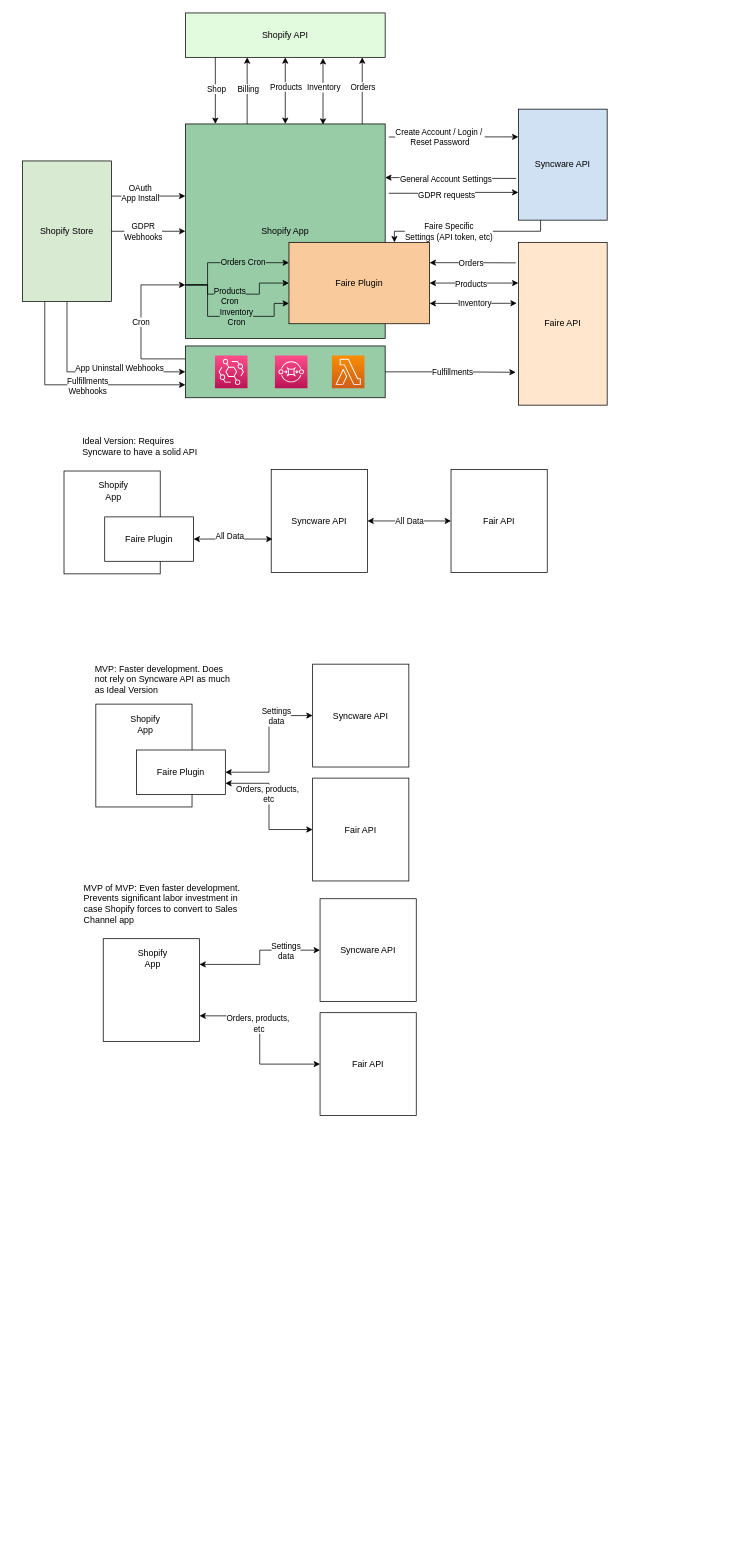
This is Syncware/ShopifyAppContextualDiagram.dio from alexrsunrise/diagrams, a draw.io file, before an edit. Source tidied: cells renumbered, new cells numbered last; positions are measured from the earlier drawing's top-left corner, leaving out a move shared by most shapes. Both pictures are drawn from the tidied source at 74%, with x=0, y=0 at pixel (22, 13).
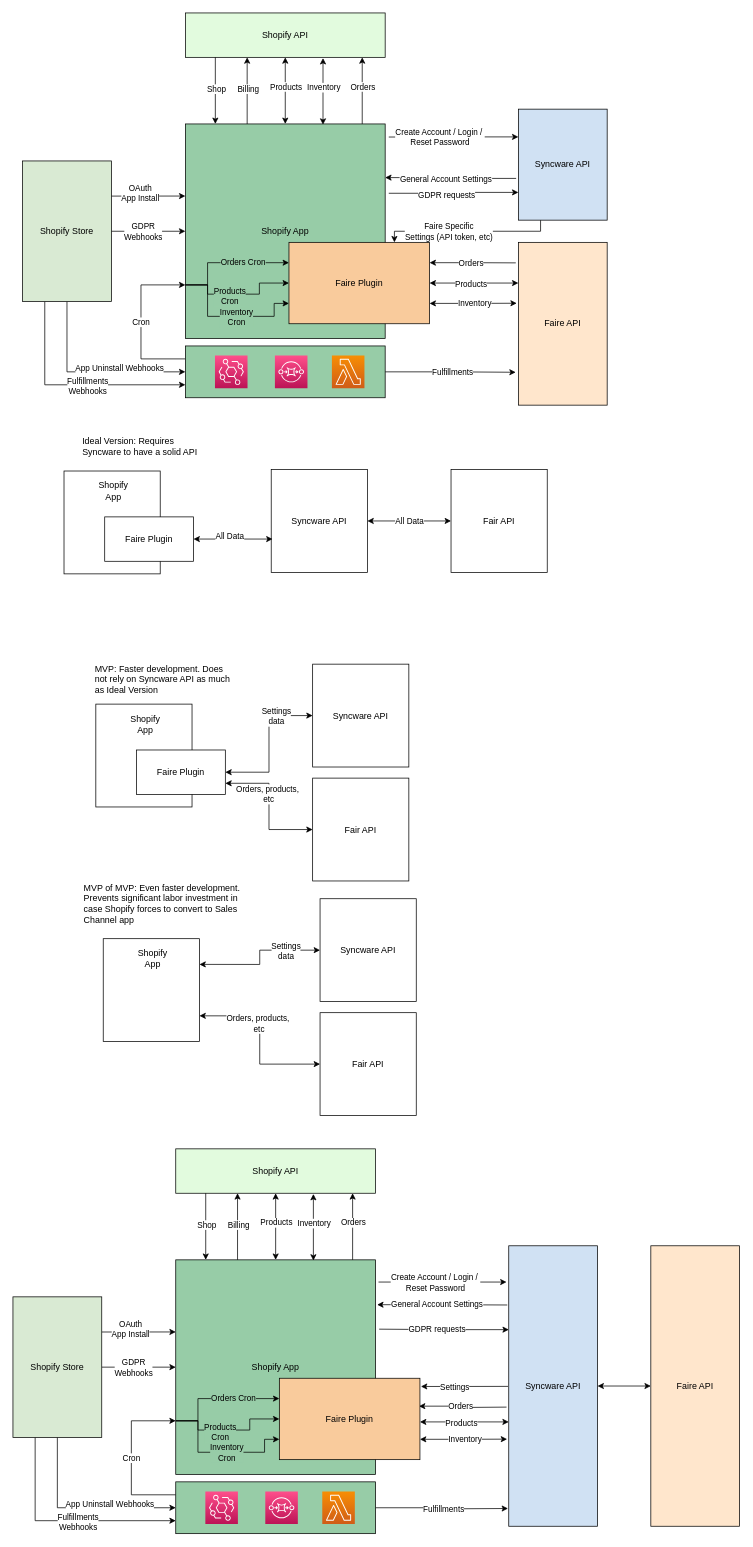
After the change.

Change to the diagram source:
```diff
@@
+    <mxCell id="82" style="edgeStyle=none;html=1;exitX=1;exitY=0.25;exitDx=0;exitDy=0;entryX=0;entryY=0.336;entryDx=0;entryDy=0;entryPerimeter=0;" parent="1" edge="1" source="90" target="93">
+      <mxGeometry relative="1" as="geometry" />
+    </mxCell>
+    <mxCell id="83" value="OAuth&lt;br&gt;App Install" style="edgeLabel;html=1;align=center;verticalAlign=middle;" parent="82" vertex="1">
+      <mxGeometry x="-0.23" y="4" relative="1" as="geometry" />
+    </mxCell>
+    <mxCell id="84" style="edgeStyle=none;html=1;exitX=1;exitY=0.5;exitDx=0;exitDy=0;entryX=0;entryY=0.5;entryDx=0;entryDy=0;" parent="1" edge="1" source="90" target="93">
+      <mxGeometry relative="1" as="geometry" />
+    </mxCell>
+    <mxCell id="85" value="GDPR &lt;br&gt;Webhooks" style="edgeLabel;html=1;align=center;verticalAlign=middle;" parent="84" vertex="1">
+      <mxGeometry x="-0.17" relative="1" as="geometry" />
+    </mxCell>
+    <mxCell id="86" style="edgeStyle=orthogonalEdgeStyle;html=1;entryX=0;entryY=0.5;entryDx=0;entryDy=0;exitX=0.5;exitY=1;exitDx=0;exitDy=0;rounded=0;" parent="1" edge="1" source="90" target="123">
+      <mxGeometry relative="1" as="geometry" />
+    </mxCell>
+    <mxCell id="87" value="App Uninstall Webhooks" style="edgeLabel;html=1;align=center;verticalAlign=middle;" parent="86" vertex="1">
+      <mxGeometry x="0.14" y="1" relative="1" as="geometry">
+        <mxPoint x="20" y="-4" as="offset" />
+      </mxGeometry>
+    </mxCell>
+    <mxCell id="88" style="edgeStyle=orthogonalEdgeStyle;rounded=0;html=1;exitX=0.25;exitY=1;exitDx=0;exitDy=0;entryX=0;entryY=0.75;entryDx=0;entryDy=0;" parent="1" edge="1" source="90" target="123">
+      <mxGeometry relative="1" as="geometry" />
+    </mxCell>
+    <mxCell id="89" value="Fulfillments &lt;br&gt;Webhooks" style="edgeLabel;html=1;align=center;verticalAlign=middle;" parent="88" vertex="1">
+      <mxGeometry x="0.12" y="-2" relative="1" as="geometry">
+        <mxPoint x="1" as="offset" />
+      </mxGeometry>
+    </mxCell>
+    <mxCell id="90" value="Shopify Store" style="rounded=0;whiteSpace=wrap;html=1;fillColor=#D9EAD3;" parent="1" vertex="1">
+      <mxGeometry x="-13" y="1735" width="120" height="190" as="geometry" />
+    </mxCell>
+    <mxCell id="91" style="edgeStyle=orthogonalEdgeStyle;rounded=0;html=1;startArrow=classic;startFill=1;endArrow=none;endFill=0;targetPerimeterSpacing=0;strokeColor=default;exitX=1.008;exitY=0.209;exitDx=0;exitDy=0;exitPerimeter=0;" parent="1" edge="1" source="93">
+      <mxGeometry relative="1" as="geometry">
+        <mxPoint x="655" y="1746" as="targetPoint" />
+      </mxGeometry>
+    </mxCell>
+    <mxCell id="92" value="General Account Settings" style="edgeLabel;html=1;align=center;verticalAlign=middle;" parent="91" vertex="1">
+      <mxGeometry x="-0.09" y="-2" relative="1" as="geometry">
+        <mxPoint y="-3" as="offset" />
+      </mxGeometry>
+    </mxCell>
+    <mxCell id="93" value="Shopify App" style="rounded=0;whiteSpace=wrap;html=1;fillColor=#97CCA7;" parent="1" vertex="1">
+      <mxGeometry x="207" y="1685" width="270" height="290" as="geometry" />
+    </mxCell>
+    <mxCell id="94" style="edgeStyle=orthogonalEdgeStyle;rounded=0;html=1;exitX=0.993;exitY=0.343;exitDx=0;exitDy=0;strokeColor=default;startArrow=classic;startFill=1;endArrow=none;endFill=0;exitPerimeter=0;" parent="1" edge="1" source="108">
+      <mxGeometry relative="1" as="geometry">
+        <mxPoint x="654" y="1884" as="targetPoint" />
+      </mxGeometry>
+    </mxCell>
+    <mxCell id="95" value="Orders" style="edgeLabel;html=1;align=center;verticalAlign=middle;" parent="94" vertex="1">
+      <mxGeometry x="-0.1" relative="1" as="geometry">
+        <mxPoint x="2" as="offset" />
+      </mxGeometry>
+    </mxCell>
+    <mxCell id="96" style="edgeStyle=orthogonalEdgeStyle;rounded=0;html=1;exitX=1;exitY=0.5;exitDx=0;exitDy=0;entryX=0;entryY=0.25;entryDx=0;entryDy=0;startArrow=classic;startFill=1;endArrow=classic;endFill=1;strokeColor=default;" parent="1" edge="1">
+      <mxGeometry relative="1" as="geometry">
+        <mxPoint x="537" y="1904" as="sourcePoint" />
+        <mxPoint x="657" y="1904" as="targetPoint" />
+      </mxGeometry>
+    </mxCell>
+    <mxCell id="97" value="Products" style="edgeLabel;html=1;align=center;verticalAlign=middle;" parent="96" vertex="1">
+      <mxGeometry x="-0.08" y="-1" relative="1" as="geometry" />
+    </mxCell>
+    <mxCell id="98" style="edgeStyle=orthogonalEdgeStyle;rounded=0;html=1;exitX=1;exitY=0.75;exitDx=0;exitDy=0;entryX=-0.018;entryY=0.374;entryDx=0;entryDy=0;entryPerimeter=0;startArrow=classic;startFill=1;endArrow=classic;endFill=1;strokeColor=default;" parent="1" edge="1" source="108">
+      <mxGeometry relative="1" as="geometry">
+        <mxPoint x="654.8" y="1927.3" as="targetPoint" />
+      </mxGeometry>
+    </mxCell>
+    <mxCell id="99" value="Inventory" style="edgeLabel;html=1;align=center;verticalAlign=middle;" parent="98" vertex="1">
+      <mxGeometry x="-0.02" relative="1" as="geometry">
+        <mxPoint x="2" as="offset" />
+      </mxGeometry>
+    </mxCell>
+    <mxCell id="100" style="edgeStyle=orthogonalEdgeStyle;html=1;exitX=1.007;exitY=0.101;exitDx=0;exitDy=0;rounded=0;endArrow=none;endFill=0;startArrow=classic;startFill=1;exitPerimeter=0;" parent="1" edge="1" source="108">
+      <mxGeometry relative="1" as="geometry">
+        <mxPoint x="656" y="1856" as="targetPoint" />
+      </mxGeometry>
+    </mxCell>
+    <mxCell id="101" value="Settings" style="edgeLabel;html=1;align=center;verticalAlign=middle;" parent="100" vertex="1">
+      <mxGeometry x="-0.23" relative="1" as="geometry" />
+    </mxCell>
+    <mxCell id="102" style="edgeStyle=orthogonalEdgeStyle;rounded=0;html=1;exitX=0;exitY=0.25;exitDx=0;exitDy=0;entryX=0;entryY=0.75;entryDx=0;entryDy=0;startArrow=classic;startFill=1;endArrow=none;endFill=0;" parent="1" edge="1" source="108" target="93">
+      <mxGeometry relative="1" as="geometry">
+        <Array as="points">
+          <mxPoint x="237" y="1873" />
+          <mxPoint x="237" y="1903" />
+        </Array>
+      </mxGeometry>
+    </mxCell>
+    <mxCell id="103" value="Orders Cron" style="edgeLabel;html=1;align=center;verticalAlign=middle;labelBackgroundColor=#97CCA7;" parent="102" vertex="1">
+      <mxGeometry x="-0.26" y="-1" relative="1" as="geometry" />
+    </mxCell>
+    <mxCell id="104" style="edgeStyle=orthogonalEdgeStyle;rounded=0;html=1;exitX=0;exitY=0.5;exitDx=0;exitDy=0;entryX=0;entryY=0.75;entryDx=0;entryDy=0;startArrow=classic;startFill=1;endArrow=none;endFill=0;" parent="1" edge="1" source="108" target="93">
+      <mxGeometry relative="1" as="geometry">
+        <Array as="points">
+          <mxPoint x="307" y="1900" />
+          <mxPoint x="307" y="1915" />
+          <mxPoint x="237" y="1915" />
+          <mxPoint x="237" y="1903" />
+        </Array>
+      </mxGeometry>
+    </mxCell>
+    <mxCell id="105" value="Products &lt;br&gt;Cron" style="edgeLabel;html=1;align=center;verticalAlign=middle;labelBackgroundColor=#97CCA7;" parent="104" vertex="1">
+      <mxGeometry x="0.15" y="2" relative="1" as="geometry" />
+    </mxCell>
+    <mxCell id="106" style="edgeStyle=orthogonalEdgeStyle;rounded=0;html=1;exitX=0;exitY=0.75;exitDx=0;exitDy=0;entryX=0;entryY=0.75;entryDx=0;entryDy=0;startArrow=classic;startFill=1;endArrow=none;endFill=0;" parent="1" edge="1" source="108" target="93">
+      <mxGeometry relative="1" as="geometry">
+        <Array as="points">
+          <mxPoint x="327" y="1928" />
+          <mxPoint x="327" y="1945" />
+          <mxPoint x="237" y="1945" />
+          <mxPoint x="237" y="1903" />
+        </Array>
+      </mxGeometry>
+    </mxCell>
+    <mxCell id="107" value="Inventory&lt;br&gt;Cron" style="edgeLabel;html=1;align=center;verticalAlign=middle;labelBackgroundColor=#97CCA7;" parent="106" vertex="1">
+      <mxGeometry x="-0.11" relative="1" as="geometry" />
+    </mxCell>
+    <mxCell id="108" value="Faire Plugin" style="rounded=0;whiteSpace=wrap;html=1;fillColor=#F9CB9C;" parent="1" vertex="1">
+      <mxGeometry x="347" y="1845" width="190" height="110" as="geometry" />
+    </mxCell>
+    <mxCell id="109" style="edgeStyle=orthogonalEdgeStyle;rounded=0;html=1;exitX=0.25;exitY=1;exitDx=0;exitDy=0;entryX=0.25;entryY=0;entryDx=0;entryDy=0;startArrow=classic;startFill=1;endArrow=none;endFill=0;targetPerimeterSpacing=0;strokeColor=default;" parent="1" edge="1">
+      <mxGeometry relative="1" as="geometry">
+        <mxPoint x="290.5" y="1595" as="sourcePoint" />
+        <mxPoint x="290.5" y="1685" as="targetPoint" />
+      </mxGeometry>
+    </mxCell>
+    <mxCell id="110" value="Billing" style="edgeLabel;html=1;align=center;verticalAlign=middle;" parent="109" vertex="1">
+      <mxGeometry x="-0.06" y="1" relative="1" as="geometry" />
+    </mxCell>
+    <mxCell id="111" style="edgeStyle=orthogonalEdgeStyle;rounded=0;html=1;startArrow=classic;startFill=1;endArrow=classic;endFill=1;targetPerimeterSpacing=0;strokeColor=default;" parent="1" edge="1" source="113" target="93">
+      <mxGeometry relative="1" as="geometry" />
+    </mxCell>
+    <mxCell id="112" value="Products" style="edgeLabel;html=1;align=center;verticalAlign=middle;" parent="111" vertex="1">
+      <mxGeometry x="-0.14" relative="1" as="geometry" />
+    </mxCell>
+    <mxCell id="113" value="Shopify API" style="rounded=0;whiteSpace=wrap;html=1;fillColor=#e2fbde;" parent="1" vertex="1">
+      <mxGeometry x="207" y="1535" width="270" height="60" as="geometry" />
+    </mxCell>
+    <mxCell id="114" style="edgeStyle=orthogonalEdgeStyle;rounded=0;html=1;startArrow=classic;startFill=1;endArrow=none;endFill=0;strokeColor=default;targetPerimeterSpacing=0;" parent="1" edge="1">
+      <mxGeometry relative="1" as="geometry">
+        <mxPoint x="654" y="1715" as="sourcePoint" />
+        <mxPoint x="481" y="1715" as="targetPoint" />
+      </mxGeometry>
+    </mxCell>
+    <mxCell id="115" value="Create Account / Login /&amp;nbsp;&lt;br&gt;Reset Password" style="edgeLabel;html=1;align=center;verticalAlign=middle;" parent="114" vertex="1">
+      <mxGeometry x="0.22" relative="1" as="geometry">
+        <mxPoint x="9" as="offset" />
+      </mxGeometry>
+    </mxCell>
+    <mxCell id="116" style="edgeStyle=orthogonalEdgeStyle;rounded=0;html=1;entryX=1.018;entryY=0.323;entryDx=0;entryDy=0;entryPerimeter=0;startArrow=classic;startFill=1;endArrow=none;endFill=0;targetPerimeterSpacing=0;strokeColor=default;exitX=0.001;exitY=0.299;exitDx=0;exitDy=0;exitPerimeter=0;" parent="1" edge="1" source="119" target="93">
+      <mxGeometry relative="1" as="geometry" />
+    </mxCell>
+    <mxCell id="117" value="GDPR requests" style="edgeLabel;html=1;align=center;verticalAlign=middle;" parent="116" vertex="1">
+      <mxGeometry x="0.12" y="3" relative="1" as="geometry">
+        <mxPoint y="-3" as="offset" />
+      </mxGeometry>
+    </mxCell>
+    <mxCell id="118" style="edgeStyle=orthogonalEdgeStyle;rounded=0;jettySize=auto;html=1;entryX=0;entryY=0.5;entryDx=0;entryDy=0;startArrow=classic;startFill=1;" parent="1" edge="1" source="119" target="133">
+      <mxGeometry relative="1" as="geometry" />
+    </mxCell>
+    <mxCell id="119" value="Syncware API" style="rounded=0;whiteSpace=wrap;html=1;fillColor=#D0E1F3;" parent="1" vertex="1">
+      <mxGeometry x="657" y="1666" width="120" height="379" as="geometry" />
+    </mxCell>
+    <mxCell id="120" style="edgeStyle=orthogonalEdgeStyle;rounded=0;html=1;exitX=1;exitY=0.5;exitDx=0;exitDy=0;startArrow=none;startFill=0;endArrow=classic;endFill=1;targetPerimeterSpacing=0;strokeColor=default;" parent="1" edge="1" source="123">
+      <mxGeometry relative="1" as="geometry">
+        <mxPoint x="656" y="2021" as="targetPoint" />
+      </mxGeometry>
+    </mxCell>
+    <mxCell id="121" value="Fulfillments" style="edgeLabel;html=1;align=center;verticalAlign=middle;" parent="120" vertex="1">
+      <mxGeometry x="0.03" relative="1" as="geometry" />
+    </mxCell>
+    <mxCell id="122" value="Cron" style="edgeStyle=orthogonalEdgeStyle;rounded=0;html=1;exitX=0;exitY=0.25;exitDx=0;exitDy=0;entryX=0;entryY=0.75;entryDx=0;entryDy=0;startArrow=none;startFill=0;endArrow=classic;endFill=1;" parent="1" edge="1" source="123" target="93">
+      <mxGeometry relative="1" as="geometry">
+        <Array as="points">
+          <mxPoint x="147" y="2003" />
+          <mxPoint x="147" y="1903" />
+        </Array>
+      </mxGeometry>
+    </mxCell>
+    <mxCell id="123" style="rounded=0;whiteSpace=wrap;html=1;fillColor=#97CCA7;" parent="1" vertex="1">
+      <mxGeometry x="207" y="1985" width="270" height="70" as="geometry" />
+    </mxCell>
+    <mxCell id="124" style="edgeStyle=orthogonalEdgeStyle;rounded=0;html=1;startArrow=classic;startFill=1;endArrow=classic;endFill=1;targetPerimeterSpacing=0;strokeColor=default;" parent="1" edge="1">
+      <mxGeometry relative="1" as="geometry">
+        <mxPoint x="393" y="1596" as="sourcePoint" />
+        <mxPoint x="393" y="1686" as="targetPoint" />
+      </mxGeometry>
+    </mxCell>
+    <mxCell id="125" value="Inventory" style="edgeLabel;html=1;align=center;verticalAlign=middle;" parent="124" vertex="1">
+      <mxGeometry x="-0.14" relative="1" as="geometry" />
+    </mxCell>
+    <mxCell id="126" style="edgeStyle=orthogonalEdgeStyle;rounded=0;html=1;startArrow=classic;startFill=1;endArrow=none;endFill=0;targetPerimeterSpacing=0;strokeColor=default;" parent="1" edge="1">
+      <mxGeometry relative="1" as="geometry">
+        <mxPoint x="446" y="1595" as="sourcePoint" />
+        <mxPoint x="446" y="1685" as="targetPoint" />
+      </mxGeometry>
+    </mxCell>
+    <mxCell id="127" value="Orders" style="edgeLabel;html=1;align=center;verticalAlign=middle;" parent="126" vertex="1">
+      <mxGeometry x="-0.14" relative="1" as="geometry" />
+    </mxCell>
+    <mxCell id="128" style="edgeStyle=orthogonalEdgeStyle;rounded=0;html=1;exitX=0.25;exitY=1;exitDx=0;exitDy=0;entryX=0.25;entryY=0;entryDx=0;entryDy=0;startArrow=none;startFill=0;endArrow=classic;endFill=1;targetPerimeterSpacing=0;strokeColor=default;" parent="1" edge="1">
+      <mxGeometry relative="1" as="geometry">
+        <mxPoint x="247.5" y="1595" as="sourcePoint" />
+        <mxPoint x="247.5" y="1685" as="targetPoint" />
+      </mxGeometry>
+    </mxCell>
+    <mxCell id="129" value="Shop" style="edgeLabel;html=1;align=center;verticalAlign=middle;" parent="128" vertex="1">
+      <mxGeometry x="-0.06" y="1" relative="1" as="geometry" />
+    </mxCell>
+    <mxCell id="130" style="sketch=0;fontColor=#232F3E;gradientColor=#FF4F8B;gradientDirection=north;fillColor=#BC1356;strokeColor=#ffffff;dashed=0;verticalLabelPosition=bottom;verticalAlign=top;align=center;html=1;fontSize=12;fontStyle=0;shape=mxgraph.aws4.resourceIcon;resIcon=mxgraph.aws4.eventbridge;" parent="1" vertex="1">
+      <mxGeometry x="247" y="1998" width="44" height="44" as="geometry" />
+    </mxCell>
+    <mxCell id="131" style="sketch=0;fontColor=#232F3E;gradientColor=#FF4F8B;gradientDirection=north;fillColor=#BC1356;strokeColor=#ffffff;dashed=0;verticalLabelPosition=bottom;verticalAlign=top;align=center;html=1;fontSize=12;fontStyle=0;shape=mxgraph.aws4.resourceIcon;resIcon=mxgraph.aws4.sqs;" parent="1" vertex="1">
+      <mxGeometry x="328" y="1998" width="44" height="44" as="geometry" />
+    </mxCell>
+    <mxCell id="132" style="sketch=0;fontColor=#232F3E;gradientColor=#F78E04;gradientDirection=north;fillColor=#D05C17;strokeColor=#ffffff;dashed=0;verticalLabelPosition=bottom;verticalAlign=top;align=center;html=1;fontSize=12;fontStyle=0;shape=mxgraph.aws4.resourceIcon;resIcon=mxgraph.aws4.lambda;" parent="1" vertex="1">
+      <mxGeometry x="405" y="1998" width="44" height="44" as="geometry" />
+    </mxCell>
+    <mxCell id="133" value="Faire API" style="rounded=0;whiteSpace=wrap;html=1;fillColor=#ffe6cc;" parent="1" vertex="1">
+      <mxGeometry x="849" y="1666" width="120" height="379" as="geometry" />
+    </mxCell>
```
